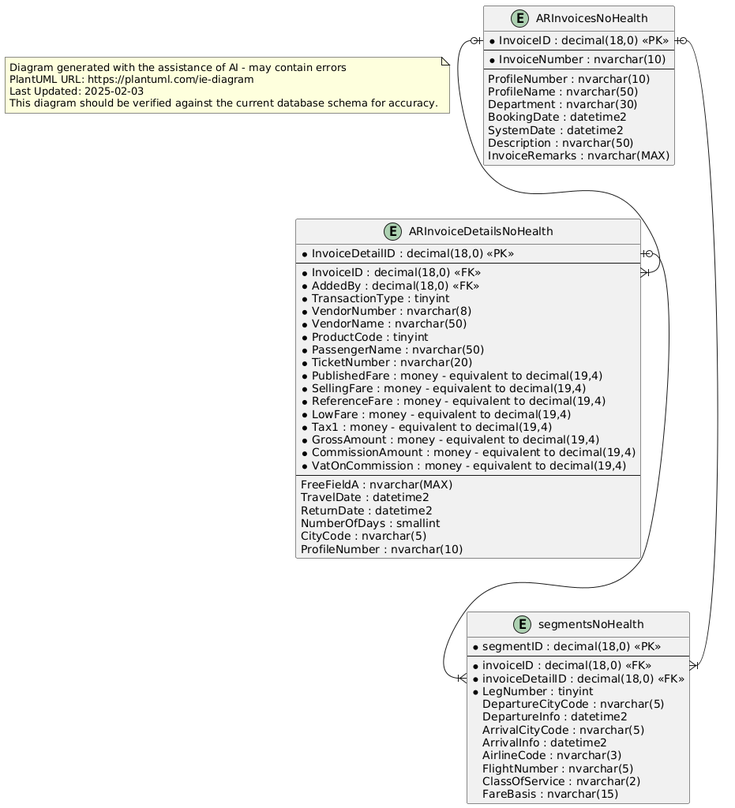
ytgov/Travel-Authorization keeps this PlantUML diagram as api/src/integrations/trav-com-integration/_Design/Entity Relationship Diagram.png. Above is the earlier version. The source it was exported from:
```plantuml
@startuml
top to bottom direction

note as Disclaimer
Diagram generated with the assistance of AI - may contain errors
PlantUML URL: https://plantuml.com/ie-diagram
Last Updated: 2025-02-03
This diagram should be verified against the current database schema for accuracy.
end note

entity "ARInvoicesNoHealth" {
  * InvoiceID : decimal(18,0) <<PK>>
  --
  * InvoiceNumber : nvarchar(10)
  --
  ProfileNumber : nvarchar(10)
  ProfileName : nvarchar(50)
  Department : nvarchar(30)
  BookingDate : datetime2
  SystemDate : datetime2
  Description : nvarchar(50)
  InvoiceRemarks : nvarchar(MAX)
}

entity "ARInvoiceDetailsNoHealth" {
  * InvoiceDetailID : decimal(18,0) <<PK>>
  --
  * InvoiceID : decimal(18,0) <<FK>>
  * AddedBy : decimal(18,0) <<FK>>
  * TransactionType : tinyint
  * VendorNumber : nvarchar(8)
  * VendorName : nvarchar(50)
  * ProductCode : tinyint
  * PassengerName : nvarchar(50)
  * TicketNumber : nvarchar(20)
  * PublishedFare : money - equivalent to decimal(19,4)
  * SellingFare : money - equivalent to decimal(19,4)
  * ReferenceFare : money - equivalent to decimal(19,4)
  * LowFare : money - equivalent to decimal(19,4)
  * Tax1 : money - equivalent to decimal(19,4)
  * GrossAmount : money - equivalent to decimal(19,4)
  * CommissionAmount : money - equivalent to decimal(19,4)
  * VatOnCommission : money - equivalent to decimal(19,4)
  --
  FreeFieldA : nvarchar(MAX)
  TravelDate : datetime2
  ReturnDate : datetime2
  NumberOfDays : smallint
  CityCode : nvarchar(5)
  ProfileNumber : nvarchar(10)
}

entity "segmentsNoHealth" {
  * segmentID : decimal(18,0) <<PK>>
  --
  * invoiceID : decimal(18,0) <<FK>>
  * invoiceDetailID : decimal(18,0) <<FK>>
  * LegNumber : tinyint
  DepartureCityCode : nvarchar(5)
  DepartureInfo : datetime2
  ArrivalCityCode : nvarchar(5)
  ArrivalInfo : datetime2
  AirlineCode : nvarchar(3)
  FlightNumber : nvarchar(5)
  ClassOfService : nvarchar(2)
  FareBasis : nvarchar(15)
}

ARInvoicesNoHealth::InvoiceID |o--|{ ARInvoiceDetailsNoHealth::InvoiceID
ARInvoicesNoHealth::InvoiceID |o--|{ segmentsNoHealth::invoiceID
ARInvoiceDetailsNoHealth::InvoiceDetailID |o--|{ segmentsNoHealth::invoiceDetailID
@enduml
```
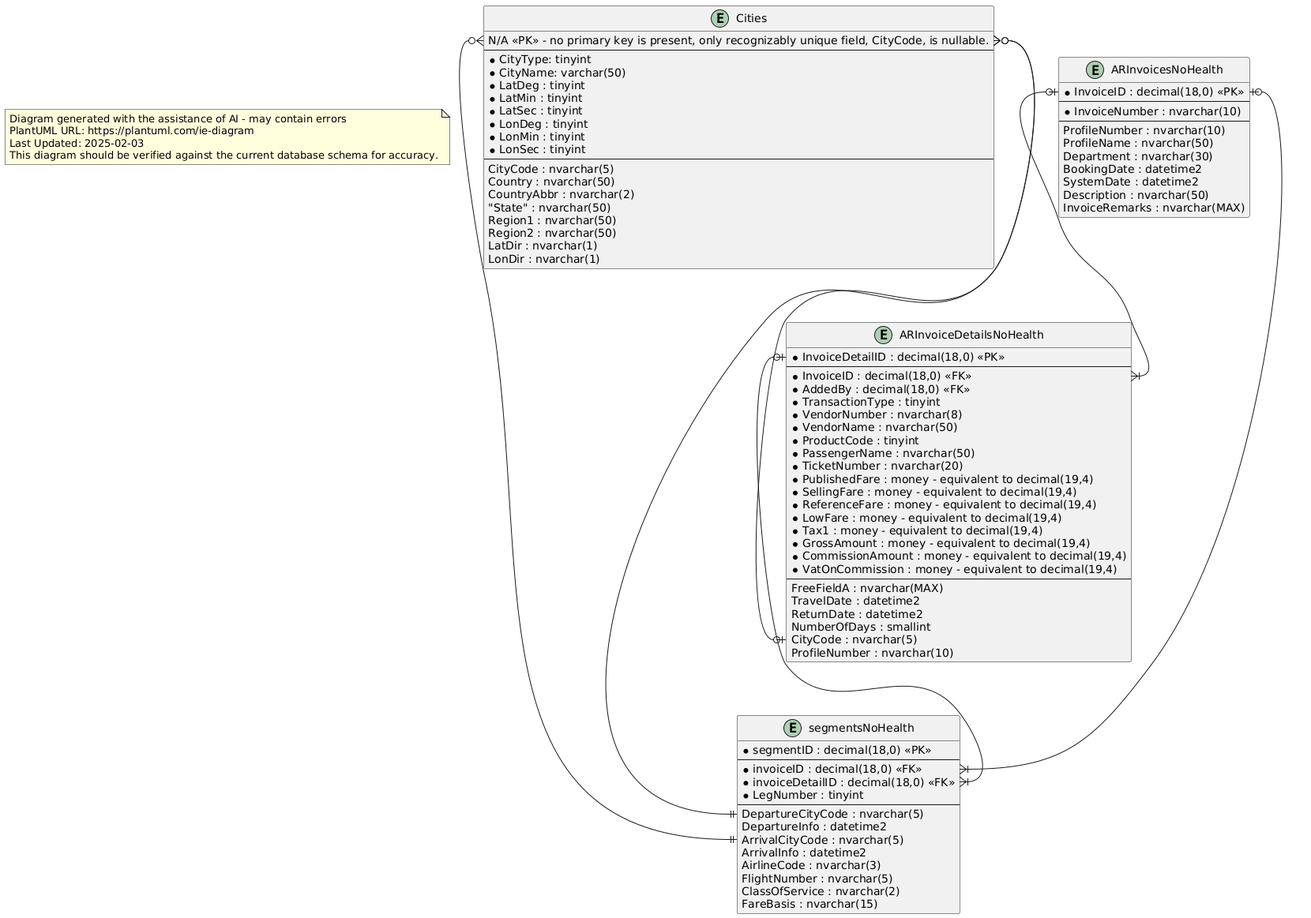
After the commit.

Commit message:
:tophat: Update TravCom integration entity relationship diagram to include cities table.

The edit, as a diff of the source:
```diff
@@ -1,4 +1,4 @@
-@startuml
+@startuml Entity Relationship Diagram
 top to bottom direction
 
 note as Disclaimer
@@ -7,6 +7,28 @@
 Last Updated: 2025-02-03
 This diagram should be verified against the current database schema for accuracy.
 end note
+
+entity "Cities" {
+  N/A <<PK>> - no primary key is present, only recognizably unique field, CityCode, is nullable.
+  --
+  * CityType: tinyint
+  * CityName: varchar(50)
+  * LatDeg : tinyint
+  * LatMin : tinyint
+  * LatSec : tinyint
+  * LonDeg : tinyint
+  * LonMin : tinyint
+  * LonSec : tinyint
+  --
+  CityCode : nvarchar(5)
+  Country : nvarchar(50)
+  CountryAbbr : nvarchar(2)
+  "State" : nvarchar(50)
+  Region1 : nvarchar(50)
+  Region2 : nvarchar(50)
+  LatDir : nvarchar(1)
+  LonDir : nvarchar(1)
+}
 
 entity "ARInvoicesNoHealth" {
   * InvoiceID : decimal(18,0) <<PK>>
@@ -56,6 +78,7 @@
   * invoiceID : decimal(18,0) <<FK>>
   * invoiceDetailID : decimal(18,0) <<FK>>
   * LegNumber : tinyint
+  --
   DepartureCityCode : nvarchar(5)
   DepartureInfo : datetime2
   ArrivalCityCode : nvarchar(5)
@@ -69,4 +92,7 @@
 ARInvoicesNoHealth::InvoiceID |o--|{ ARInvoiceDetailsNoHealth::InvoiceID
 ARInvoicesNoHealth::InvoiceID |o--|{ segmentsNoHealth::invoiceID
 ARInvoiceDetailsNoHealth::InvoiceDetailID |o--|{ segmentsNoHealth::invoiceDetailID
+Cities::CityCode }o--o| ARInvoiceDetailsNoHealth::CityCode
+Cities::CityCode }o--|| segmentsNoHealth::ArrivalCityCode
+Cities::CityCode }o--|| segmentsNoHealth::DepartureCityCode
 @enduml
```
